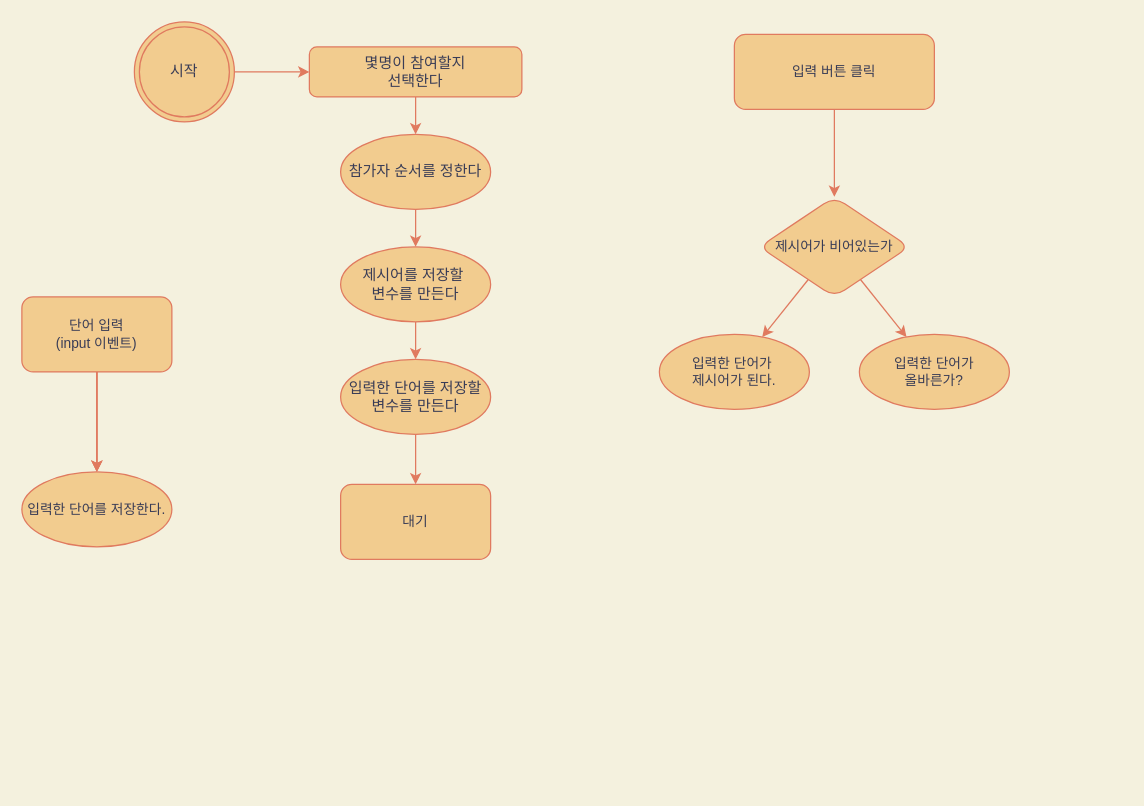
Earlier version of the draw.io diagram 제목 없는 다이어그램.drawio (box3101/subon). Source tidied: cells renumbered, new cells numbered last; positions are measured from the earlier drawing's top-left corner, leaving out a move shared by most shapes. Both pictures are drawn from the tidied source at 125%, with x=0, y=0 at pixel (21, 21).
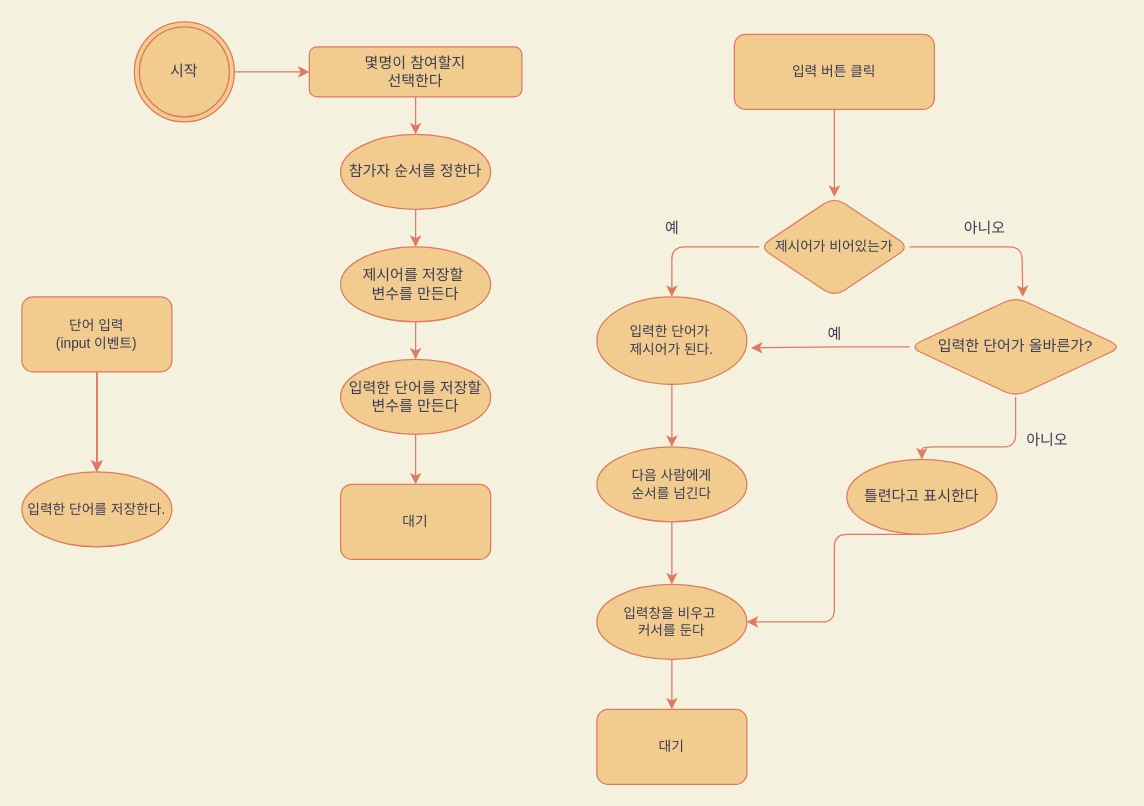
The same diagram, later.

Commit message (it also covers changes not shown here):
제목 없는 다이어그램.drawio 업데이트

Unchanged cells that the change refers to:
```xml
<mxCell id="22" value="제시어가 비어있는가" style="rhombus;whiteSpace=wrap;html=1;fontSize=11;rounded=1;fillColor=#F2CC8F;strokeColor=#E07A5F;fontColor=#393C56;" parent="21" vertex="1">
  <mxGeometry width="120" height="80" as="geometry" />
</mxCell>
```

Diff of the diagram source:
```diff
@@
     <mxCell id="19" style="group;fontColor=#393C56;rounded=1;" parent="1" vertex="1">
-      <mxGeometry x="570" y="10" width="160" height="210" as="geometry" />
+      <mxGeometry x="570" y="10" width="170" height="230" as="geometry" />
     </mxCell>
@@
+    <mxCell id="28" style="edgeStyle=orthogonalEdgeStyle;rounded=1;jettySize=auto;html=1;strokeColor=#E07A5F;fontColor=#393C56;fillColor=#F2CC8F;" parent="1" edge="1" source="24" target="38">
+      <mxGeometry relative="1" as="geometry" />
+    </mxCell>
     <mxCell id="24" value="입력한 단어가&amp;nbsp;&lt;br&gt;제시어가 된다." style="ellipse;whiteSpace=wrap;html=1;fontSize=11;rounded=1;fillColor=#F2CC8F;strokeColor=#E07A5F;fontColor=#393C56;" parent="1" vertex="1">
-      <mxGeometry x="510" y="250" width="120" height="60" as="geometry" />
+      <mxGeometry x="460" y="220" width="120" height="70" as="geometry" />
     </mxCell>
     <mxCell id="25" style="edgeStyle=none;shape=connector;jumpSize=1;jettySize=auto;html=1;labelBackgroundColor=#F4F1DE;strokeColor=#E07A5F;fontFamily=Helvetica;fontSize=11;fontColor=#393C56;endArrow=classic;rounded=1;" parent="1" edge="1" source="22" target="24">
-      <mxGeometry relative="1" as="geometry" />
+      <mxGeometry relative="1" as="geometry">
+        <Array as="points">
+          <mxPoint x="520" y="180" />
+        </Array>
+      </mxGeometry>
     </mxCell>
+    <mxCell id="27" style="edgeStyle=none;shape=connector;rounded=1;jumpSize=1;jettySize=auto;html=1;labelBackgroundColor=#F4F1DE;strokeColor=#E07A5F;fontFamily=Helvetica;fontSize=11;fontColor=#393C56;endArrow=classic;entryX=0.534;entryY=0;entryDx=0;entryDy=0;entryPerimeter=0;" parent="1" edge="1" source="22" target="26">
+      <mxGeometry relative="1" as="geometry">
+        <Array as="points">
+          <mxPoint x="800" y="180" />
+        </Array>
+      </mxGeometry>
+    </mxCell>
+    <mxCell id="29" value="아니오" style="text;html=1;align=center;verticalAlign=middle;strokeColor=none;fillColor=none;fontColor=#393C56;" parent="1" vertex="1">
+      <mxGeometry x="740" y="150" width="60" height="30" as="geometry" />
+    </mxCell>
+    <mxCell id="30" value="예" style="text;html=1;align=center;verticalAlign=middle;strokeColor=none;fillColor=none;fontColor=#393C56;" parent="1" vertex="1">
+      <mxGeometry x="500" y="150" width="40" height="30" as="geometry" />
+    </mxCell>
+    <mxCell id="31" style="edgeStyle=orthogonalEdgeStyle;rounded=1;jettySize=auto;html=1;strokeColor=#E07A5F;fontColor=#393C56;fillColor=#F2CC8F;entryX=1.028;entryY=0.583;entryDx=0;entryDy=0;entryPerimeter=0;" parent="1" edge="1" source="26" target="24">
+      <mxGeometry relative="1" as="geometry" />
+    </mxCell>
+    <mxCell id="32" style="edgeStyle=orthogonalEdgeStyle;rounded=1;jettySize=auto;html=1;strokeColor=#E07A5F;fontColor=#393C56;fillColor=#F2CC8F;" parent="1" edge="1" source="26" target="35">
+      <mxGeometry relative="1" as="geometry">
+        <Array as="points">
+          <mxPoint x="795" y="340" />
+        </Array>
+      </mxGeometry>
+    </mxCell>
-    <mxCell id="26" value="입력한 단어가 &lt;br&gt;올바른가?" style="ellipse;whiteSpace=wrap;html=1;fontSize=11;rounded=1;fillColor=#F2CC8F;strokeColor=#E07A5F;fontColor=#393C56;" parent="1" vertex="1">
-      <mxGeometry x="670" y="250" width="120" height="60" as="geometry" />
+    <mxCell id="26" value="입력한 단어가 올바른가?" style="rhombus;whiteSpace=wrap;html=1;rounded=1;strokeColor=#E07A5F;fontColor=#393C56;fillColor=#F2CC8F;" parent="1" vertex="1">
+      <mxGeometry x="710" y="220" width="170" height="80" as="geometry" />
     </mxCell>
-    <mxCell id="27" style="edgeStyle=none;shape=connector;rounded=1;jumpSize=1;jettySize=auto;html=1;labelBackgroundColor=#F4F1DE;strokeColor=#E07A5F;fontFamily=Helvetica;fontSize=11;fontColor=#393C56;endArrow=classic;" parent="1" edge="1" source="22" target="26">
-      <mxGeometry relative="1" as="geometry" />
-    </mxCell>
+    <mxCell id="33" value="예" style="text;html=1;align=center;verticalAlign=middle;strokeColor=none;fillColor=none;fontColor=#393C56;" parent="1" vertex="1">
+      <mxGeometry x="630" y="235" width="40" height="30" as="geometry" />
+    </mxCell>
+    <mxCell id="34" style="edgeStyle=elbowEdgeStyle;rounded=1;jettySize=auto;html=1;exitX=0.5;exitY=1;exitDx=0;exitDy=0;entryX=1;entryY=0.5;entryDx=0;entryDy=0;strokeColor=#E07A5F;fontColor=#393C56;fillColor=#F2CC8F;" parent="1" edge="1" source="35" target="40">
+      <mxGeometry relative="1" as="geometry" />
+    </mxCell>
+    <mxCell id="35" value="틀련다고 표시한다" style="ellipse;whiteSpace=wrap;html=1;fillColor=#F2CC8F;strokeColor=#E07A5F;fontColor=#393C56;rounded=1;" parent="1" vertex="1">
+      <mxGeometry x="660" y="350" width="120" height="60" as="geometry" />
+    </mxCell>
+    <mxCell id="36" value="아니오" style="text;html=1;align=center;verticalAlign=middle;strokeColor=none;fillColor=none;fontColor=#393C56;" parent="1" vertex="1">
+      <mxGeometry x="790" y="320" width="60" height="30" as="geometry" />
+    </mxCell>
+    <mxCell id="37" style="edgeStyle=orthogonalEdgeStyle;rounded=1;jettySize=auto;html=1;strokeColor=#E07A5F;fontColor=#393C56;fillColor=#F2CC8F;" parent="1" edge="1" source="38" target="40">
+      <mxGeometry relative="1" as="geometry" />
+    </mxCell>
+    <mxCell id="38" value="다음 사람에게 &lt;br&gt;순서를 넘긴다" style="ellipse;whiteSpace=wrap;html=1;fontSize=11;fillColor=#F2CC8F;strokeColor=#E07A5F;fontColor=#393C56;rounded=1;" parent="1" vertex="1">
+      <mxGeometry x="460" y="340" width="120" height="60" as="geometry" />
+    </mxCell>
+    <mxCell id="39" style="edgeStyle=elbowEdgeStyle;rounded=1;jettySize=auto;html=1;strokeColor=#E07A5F;fontColor=#393C56;fillColor=#F2CC8F;" parent="1" edge="1" source="40" target="41">
+      <mxGeometry relative="1" as="geometry" />
+    </mxCell>
+    <mxCell id="40" value="입력창을 비우고&amp;nbsp;&lt;br&gt;커서를 둔다" style="ellipse;whiteSpace=wrap;html=1;fontSize=11;fillColor=#F2CC8F;strokeColor=#E07A5F;fontColor=#393C56;rounded=1;" parent="1" vertex="1">
+      <mxGeometry x="460" y="450" width="120" height="60" as="geometry" />
+    </mxCell>
+    <mxCell id="41" value="대기" style="rounded=1;whiteSpace=wrap;html=1;fontSize=11;fillColor=#F2CC8F;strokeColor=#E07A5F;fontColor=#393C56;" parent="1" vertex="1">
+      <mxGeometry x="460" y="550" width="120" height="60" as="geometry" />
+    </mxCell>
```
